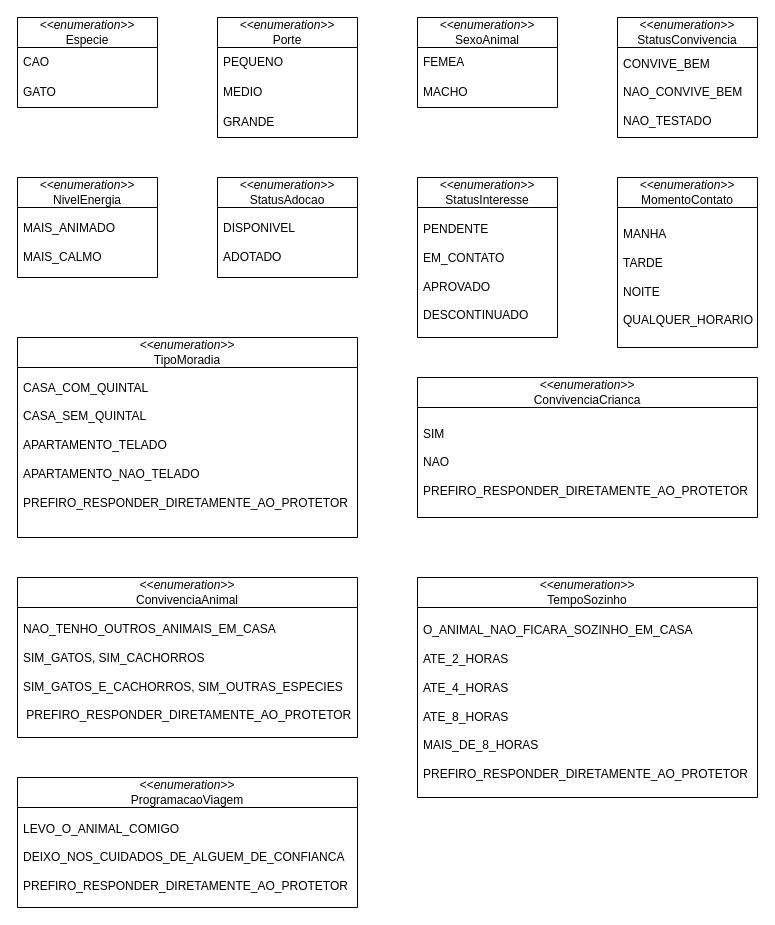
Before: page "Enumerações" (2 of 2) of docs/diagramas/diagrama-de-classes-metodos.drawio in HayrineQueirozdeLima/Adota-Aqui, a draw.io diagram. Source tidied: cells renumbered, new cells numbered last; positions are measured from the earlier drawing's top-left corner, leaving out a move shared by most shapes. Both pictures are drawn from the tidied source at 100%, with x=0, y=0 at pixel (17, 17).
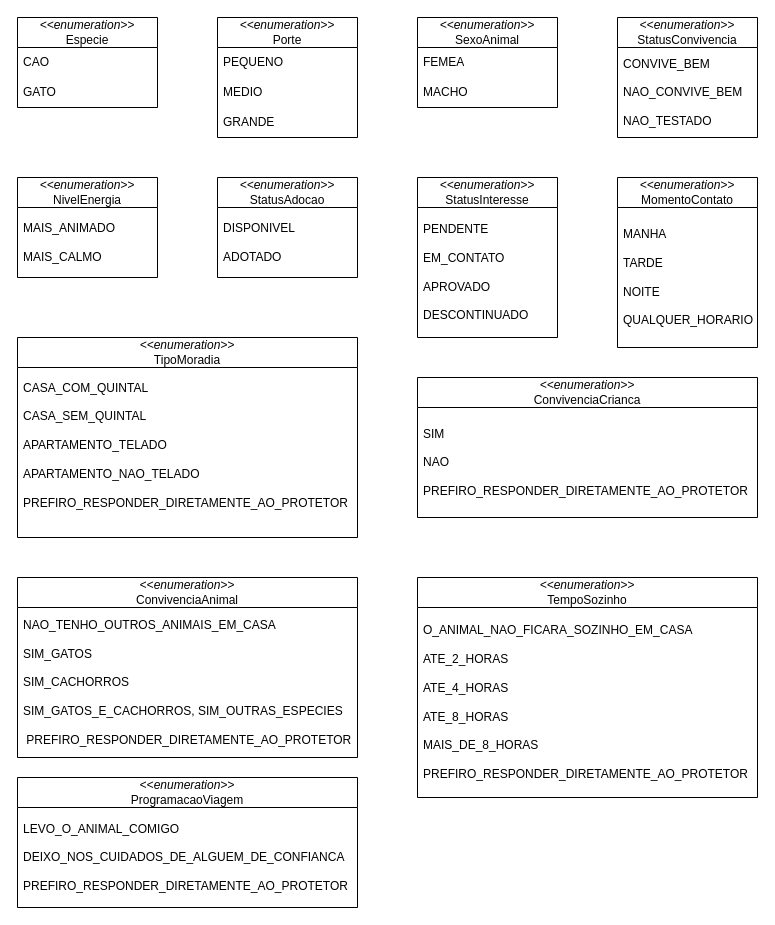
After the change.

Commit message (it also covers changes not shown here):
PNG claro e PDF recortado do diagrama de classes, com os nomes que o .md usa

Diff of the diagram source:
```diff
@@
     <mxCell id="26" value="&lt;i&gt;&amp;lt;&amp;lt;enumeration&amp;gt;&amp;gt;&lt;br&gt;&lt;/i&gt;ConvivenciaAnimal" style="swimlane;fontStyle=0;horizontal=1;startSize=30;whiteSpace=wrap;html=1;" parent="1" vertex="1">
-      <mxGeometry y="560" width="340" height="160" as="geometry" />
+      <mxGeometry y="560" width="340" height="180" as="geometry" />
     </mxCell>
-    <mxCell id="27" value="NAO_TENHO_OUTROS_ANIMAIS_EM_CASA&lt;div&gt;&lt;br&gt;&lt;/div&gt;&lt;div&gt;SIM_GATOS, SIM_CACHORROS&lt;/div&gt;&lt;div&gt;&lt;br&gt;&lt;/div&gt;&lt;div&gt;SIM_GATOS_E_CACHORROS, SIM_OUTRAS_ESPECIES&lt;/div&gt;&lt;div&gt;&lt;br&gt;&lt;/div&gt;&lt;div&gt;&amp;nbsp;PREFIRO_RESPONDER_DIRETAMENTE_AO_PROTETOR&lt;/div&gt;" style="text;strokeColor=none;fillColor=none;align=left;verticalAlign=middle;spacingLeft=4;spacingRight=4;overflow=hidden;whiteSpace=wrap;html=1;" parent="26" vertex="1">
-      <mxGeometry y="30" width="340" height="130" as="geometry" />
+    <mxCell id="27" value="NAO_TENHO_OUTROS_ANIMAIS_EM_CASA&lt;div&gt;&lt;br&gt;&lt;/div&gt;&lt;div&gt;SIM_GATOS&lt;/div&gt;&lt;div&gt;&lt;br&gt;&lt;/div&gt;&lt;div&gt;SIM_CACHORROS&lt;/div&gt;&lt;div&gt;&lt;br&gt;&lt;/div&gt;&lt;div&gt;SIM_GATOS_E_CACHORROS, SIM_OUTRAS_ESPECIES&lt;/div&gt;&lt;div&gt;&lt;br&gt;&lt;/div&gt;&lt;div&gt;&amp;nbsp;PREFIRO_RESPONDER_DIRETAMENTE_AO_PROTETOR&lt;/div&gt;" style="text;strokeColor=none;fillColor=none;align=left;verticalAlign=middle;spacingLeft=4;spacingRight=4;overflow=hidden;whiteSpace=wrap;html=1;" parent="26" vertex="1">
+      <mxGeometry y="30" width="340" height="150" as="geometry" />
     </mxCell>
```
